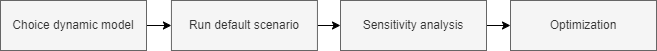
ThomasBosboom/ThesisSpace keeps this draw.io diagram as report/figures/MethodologySequence.png. Above is the earlier version. Source tidied: cells renumbered, new cells last; positions are measured from the earlier drawing's top-left corner, leaving out a move shared by most shapes.
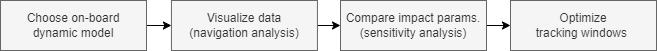
The same diagram one commit later.

Change to the diagram source:
```diff
@@ -5,22 +5,22 @@
     <mxCell id="2" style="edgeStyle=orthogonalEdgeStyle;rounded=0;jettySize=auto;html=1;" parent="1" edge="1" source="3" target="5">
       <mxGeometry relative="1" as="geometry" />
     </mxCell>
-    <mxCell id="3" value="Choice dynamic model" style="rounded=0;whiteSpace=wrap;html=1;fillColor=#f5f5f5;strokeColor=#666666;fontColor=#333333;" parent="1" vertex="1">
+    <mxCell id="3" value="Choose on-board&lt;div&gt;dynamic model&lt;/div&gt;" style="rounded=0;whiteSpace=wrap;html=1;fillColor=#f5f5f5;strokeColor=#666666;fontColor=#333333;" parent="1" vertex="1">
       <mxGeometry width="146" height="50" as="geometry" />
     </mxCell>
     <mxCell id="4" style="edgeStyle=orthogonalEdgeStyle;rounded=0;jettySize=auto;html=1;" parent="1" edge="1" source="5" target="7">
       <mxGeometry relative="1" as="geometry" />
     </mxCell>
-    <mxCell id="5" value="Run default scenario" style="rounded=0;whiteSpace=wrap;html=1;fillColor=#f5f5f5;strokeColor=#666666;fontColor=#333333;" parent="1" vertex="1">
+    <mxCell id="5" value="Visualize data&lt;div&gt;(navigation analysis)&lt;/div&gt;" style="rounded=0;whiteSpace=wrap;html=1;fillColor=#f5f5f5;strokeColor=#666666;fontColor=#333333;" parent="1" vertex="1">
       <mxGeometry x="170.9" width="146" height="50" as="geometry" />
     </mxCell>
     <mxCell id="6" style="edgeStyle=orthogonalEdgeStyle;rounded=0;jettySize=auto;html=1;" parent="1" edge="1" source="7" target="8">
       <mxGeometry relative="1" as="geometry" />
     </mxCell>
-    <mxCell id="7" value="Sensitivity analysis" style="rounded=0;whiteSpace=wrap;html=1;fillColor=#f5f5f5;strokeColor=#666666;fontColor=#333333;" parent="1" vertex="1">
+    <mxCell id="7" value="&lt;div&gt;Compare impact params.&lt;/div&gt;(sensitivity analysis)" style="rounded=0;whiteSpace=wrap;html=1;fillColor=#f5f5f5;strokeColor=#666666;fontColor=#333333;" parent="1" vertex="1">
       <mxGeometry x="340" width="146" height="50" as="geometry" />
     </mxCell>
-    <mxCell id="8" value="Optimization" style="rounded=0;whiteSpace=wrap;html=1;fillColor=#f5f5f5;strokeColor=#666666;fontColor=#333333;" parent="1" vertex="1">
+    <mxCell id="8" value="Optimize&lt;div&gt;tracking windows&amp;nbsp;&lt;/div&gt;" style="rounded=0;whiteSpace=wrap;html=1;fillColor=#f5f5f5;strokeColor=#666666;fontColor=#333333;" parent="1" vertex="1">
       <mxGeometry x="510" width="146" height="50" as="geometry" />
     </mxCell>
   </root>
```
